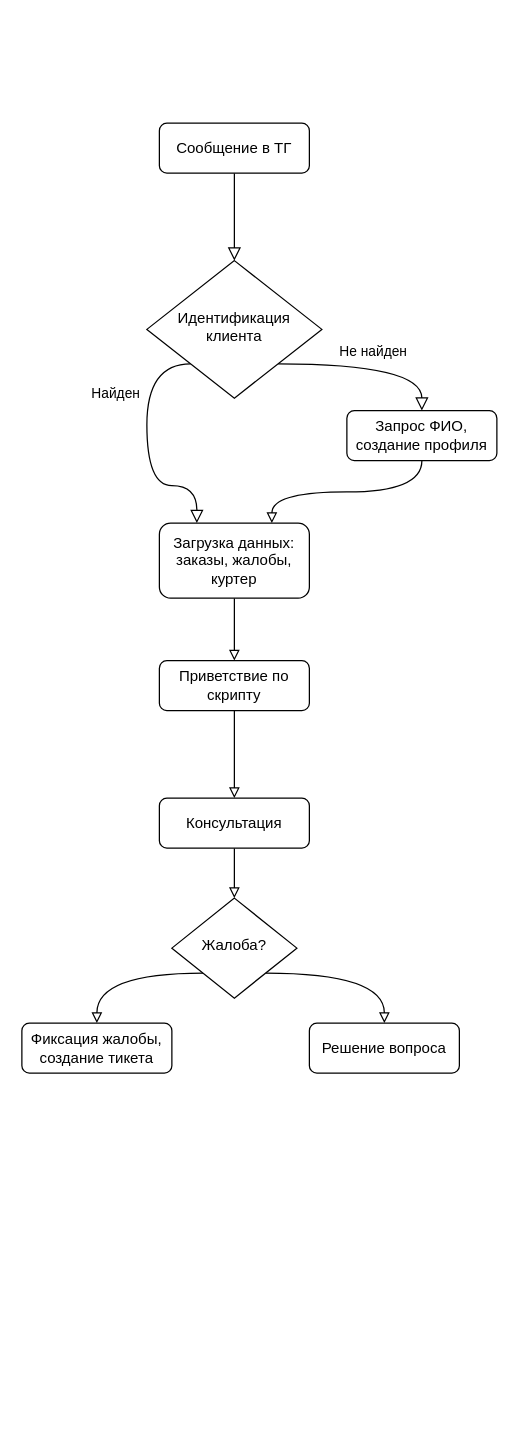
Earlier version of the draw.io diagram Untitled Diagram.drawio (solonarr/test_norbit). Source tidied: cells renumbered, new cells numbered last; positions are measured from the earlier drawing's top-left corner, leaving out a move shared by most shapes. Both pictures are drawn from the tidied source at 125%, with x=0, y=0 at pixel (21, 122).
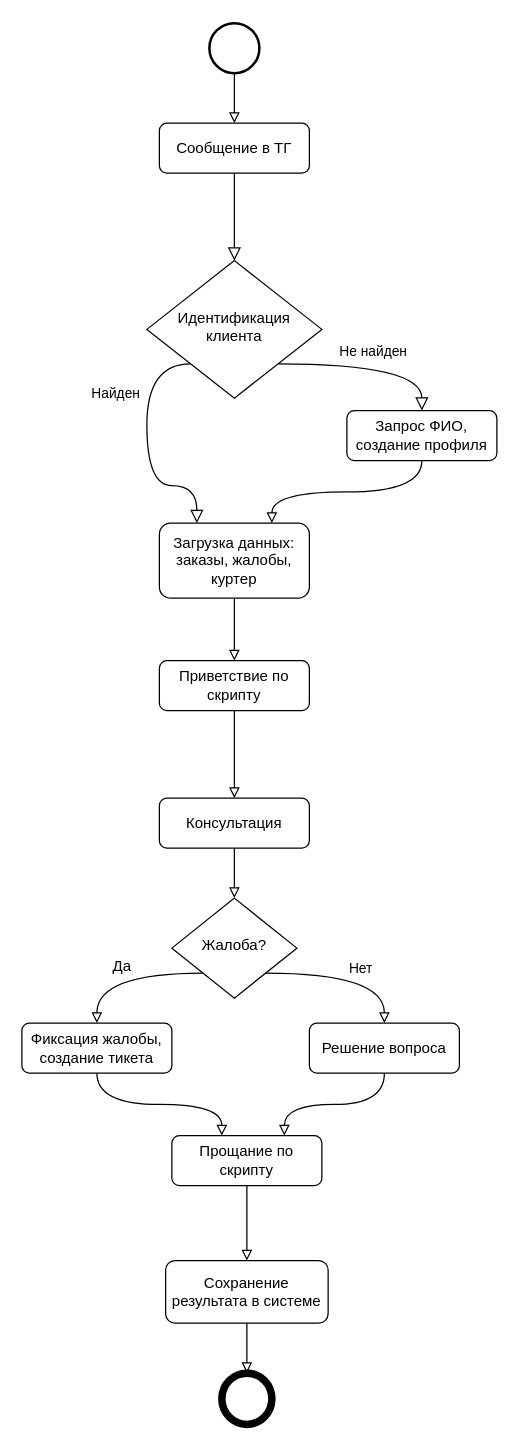
The same page after the edit.

The change refers to these unchanged cells:
```xml
<mxCell id="3" value="Сообщение в ТГ" style="rounded=1;whiteSpace=wrap;html=1;fontSize=12;glass=0;strokeWidth=1;shadow=0;" parent="1" vertex="1">
  <mxGeometry x="110" width="120" height="40" as="geometry" />
</mxCell>
<mxCell id="10" style="edgeStyle=orthogonalEdgeStyle;rounded=0;jettySize=auto;html=1;exitX=1;exitY=1;exitDx=0;exitDy=0;entryX=0.5;entryY=0;entryDx=0;entryDy=0;curved=1;endArrow=block;endFill=0;" parent="1" edge="1" source="11" target="18">
  <mxGeometry relative="1" as="geometry" />
</mxCell>
<mxCell id="11" value="Жалоба?" style="rhombus;whiteSpace=wrap;html=1;shadow=0;fontFamily=Helvetica;fontSize=12;align=center;strokeWidth=1;spacing=6;spacingTop=-4;" parent="1" vertex="1">
  <mxGeometry x="120" y="620" width="100" height="80" as="geometry" />
</mxCell>
<mxCell id="18" value="Решение вопроса" style="rounded=1;whiteSpace=wrap;html=1;fontSize=12;glass=0;strokeWidth=1;shadow=0;" parent="1" vertex="1">
  <mxGeometry x="230" y="720" width="120" height="40" as="geometry" />
</mxCell>
<mxCell id="19" value="Фиксация жалобы, создание тикета" style="rounded=1;whiteSpace=wrap;html=1;fontSize=12;glass=0;strokeWidth=1;shadow=0;" parent="1" vertex="1">
  <mxGeometry y="720" width="120" height="40" as="geometry" />
</mxCell>
```

Diff of the diagram source:
```diff
@@
-    <mxCell id="9" style="edgeStyle=orthogonalEdgeStyle;rounded=0;jettySize=auto;html=1;exitX=0;exitY=1;exitDx=0;exitDy=0;entryX=0.5;entryY=0;entryDx=0;entryDy=0;curved=1;endArrow=block;endFill=0;" parent="1" edge="1" source="11" target="19">
+    <mxCell id="9" style="edgeStyle=orthogonalEdgeStyle;rounded=0;jettySize=auto;html=1;exitX=0;exitY=1;exitDx=0;exitDy=0;entryX=0.5;entryY=0;entryDx=0;entryDy=0;curved=1;endArrow=block;endFill=0;labelBackgroundColor=none;" parent="1" edge="1" source="11" target="19">
       <mxGeometry relative="1" as="geometry">
         <Array as="points">
           <mxPoint x="145" y="680" />
         </Array>
       </mxGeometry>
     </mxCell>
@@
+    <mxCell id="20" value="Нет" style="edgeLabel;html=1;align=center;verticalAlign=middle;" parent="10" vertex="1">
+      <mxGeometry x="-0.44" y="2" relative="1" as="geometry">
+        <mxPoint x="37" y="-3" as="offset" />
+      </mxGeometry>
+    </mxCell>
@@
+    <mxCell id="21" style="edgeStyle=orthogonalEdgeStyle;rounded=0;jettySize=auto;html=1;entryX=0.75;entryY=0;entryDx=0;entryDy=0;curved=1;endArrow=block;endFill=0;" parent="1" edge="1" source="18" target="24">
+      <mxGeometry relative="1" as="geometry" />
+    </mxCell>
@@
+    <mxCell id="22" value="Да" style="text;html=1;align=center;verticalAlign=middle;strokeColor=none;fillColor=none;" parent="1" vertex="1">
+      <mxGeometry x="60" y="660" width="40" height="30" as="geometry" />
+    </mxCell>
+    <mxCell id="23" style="edgeStyle=orthogonalEdgeStyle;rounded=0;jettySize=auto;html=1;entryX=0.5;entryY=0;entryDx=0;entryDy=0;endArrow=block;endFill=0;" parent="1" edge="1" source="24" target="26">
+      <mxGeometry relative="1" as="geometry" />
+    </mxCell>
+    <mxCell id="24" value="Прощание по скрипту" style="rounded=1;whiteSpace=wrap;html=1;fontSize=12;glass=0;strokeWidth=1;shadow=0;" parent="1" vertex="1">
+      <mxGeometry x="120" y="810" width="120" height="40" as="geometry" />
+    </mxCell>
+    <mxCell id="25" style="edgeStyle=orthogonalEdgeStyle;rounded=0;jettySize=auto;html=1;entryX=0.333;entryY=0;entryDx=0;entryDy=0;entryPerimeter=0;curved=1;endArrow=block;endFill=0;" parent="1" edge="1" source="19" target="24">
+      <mxGeometry relative="1" as="geometry" />
+    </mxCell>
+    <mxCell id="26" value="Сохранение результата в системе" style="rounded=1;whiteSpace=wrap;html=1;fontSize=12;glass=0;strokeWidth=1;shadow=0;" parent="1" vertex="1">
+      <mxGeometry x="115" y="910" width="130" height="50" as="geometry" />
+    </mxCell>
+    <mxCell id="27" style="edgeStyle=orthogonalEdgeStyle;rounded=0;jettySize=auto;html=1;entryX=0.5;entryY=0;entryDx=0;entryDy=0;endArrow=block;endFill=0;" parent="1" edge="1" source="28" target="3">
+      <mxGeometry relative="1" as="geometry" />
+    </mxCell>
+    <mxCell id="28" style="strokeWidth=2;html=1;shape=mxgraph.flowchart.start_2;whiteSpace=wrap;" parent="1" vertex="1">
+      <mxGeometry x="150" y="-80" width="40" height="40" as="geometry" />
+    </mxCell>
+    <mxCell id="29" style="strokeWidth=6;html=1;shape=mxgraph.flowchart.start_2;whiteSpace=wrap;" parent="1" vertex="1">
+      <mxGeometry x="160" y="1000" width="40" height="41" as="geometry" />
+    </mxCell>
+    <mxCell id="30" style="edgeStyle=orthogonalEdgeStyle;rounded=0;jettySize=auto;html=1;entryX=0.5;entryY=0;entryDx=0;entryDy=0;entryPerimeter=0;endArrow=block;endFill=0;" parent="1" edge="1" source="26" target="29">
+      <mxGeometry relative="1" as="geometry" />
+    </mxCell>
```
